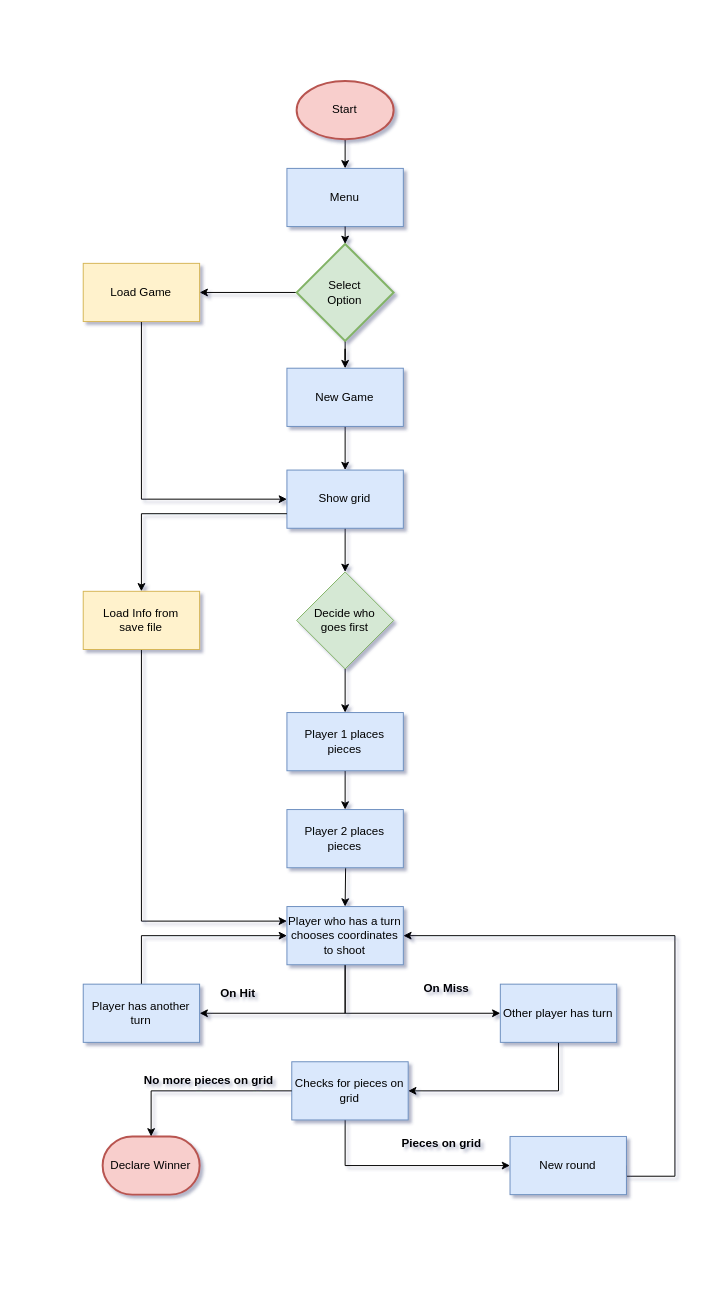
Before: ui/Flowchart/Battleship.drawio in guilhermemmeirelles/Battleship, a draw.io diagram. Source tidied: cells renumbered, new cells numbered last; positions are measured from the earlier drawing's top-left corner, leaving out a move shared by most shapes. Both pictures are drawn from the tidied source at 97%, with x=0, y=0 at pixel (82, 81).
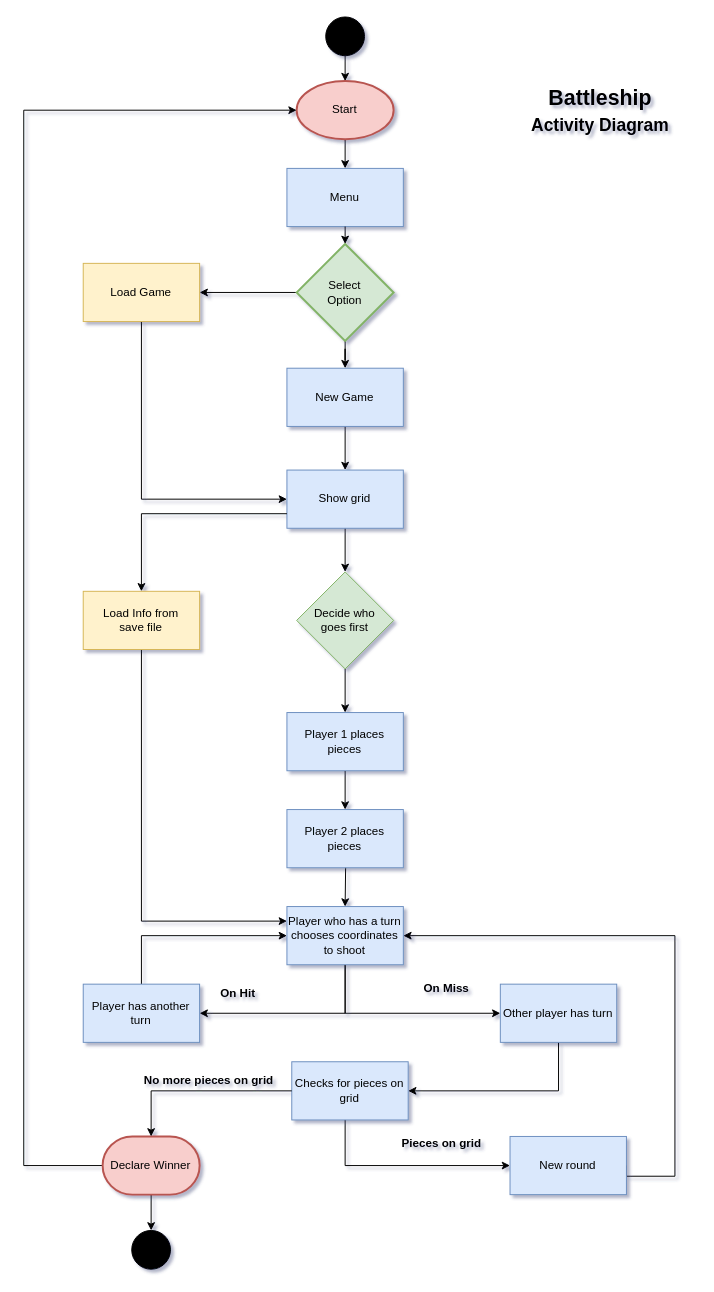
Above is the later version.

Commit message (it also covers changes not shown here):
Changed Flowchrt to comply w Activity Diagram norm

Unchanged cells that the change refers to:
```xml
<mxCell id="13" value="Start" style="strokeWidth=2;html=1;shape=mxgraph.flowchart.start_1;whiteSpace=wrap;fillColor=#f8cecc;strokeColor=#b85450;" parent="1" vertex="1">
  <mxGeometry x="220.3" y="0.1" width="100" height="60" as="geometry" />
</mxCell>
<mxCell id="39" value="Declare Winner" style="strokeWidth=2;html=1;shape=mxgraph.flowchart.terminator;whiteSpace=wrap;fillColor=#f8cecc;strokeColor=#b85450;" parent="1" vertex="1">
  <mxGeometry x="20.3" y="1088.1" width="100" height="60" as="geometry" />
</mxCell>
```

What changed in the source:
```diff
@@
+    <mxCell id="41" style="edgeStyle=orthogonalEdgeStyle;rounded=0;jettySize=auto;html=1;exitX=0.5;exitY=1;exitDx=0;exitDy=0;exitPerimeter=0;entryX=0.5;entryY=0;entryDx=0;entryDy=0;" parent="1" edge="1" source="39" target="45">
+      <mxGeometry relative="1" as="geometry" />
+    </mxCell>
+    <mxCell id="42" style="edgeStyle=orthogonalEdgeStyle;rounded=0;jettySize=auto;html=1;exitX=0;exitY=0.5;exitDx=0;exitDy=0;exitPerimeter=0;entryX=0;entryY=0.5;entryDx=0;entryDy=0;entryPerimeter=0;" parent="1" edge="1" source="39" target="13">
+      <mxGeometry relative="1" as="geometry">
+        <Array as="points">
+          <mxPoint x="-61" y="1118" />
+          <mxPoint x="-61" y="30" />
+        </Array>
+      </mxGeometry>
+    </mxCell>
@@
+    <mxCell id="43" style="edgeStyle=orthogonalEdgeStyle;rounded=0;jettySize=auto;html=1;exitX=0.5;exitY=1;exitDx=0;exitDy=0;entryX=0.5;entryY=0;entryDx=0;entryDy=0;entryPerimeter=0;" parent="1" edge="1" source="44" target="13">
+      <mxGeometry relative="1" as="geometry" />
+    </mxCell>
+    <mxCell id="44" style="ellipse;shape=doubleEllipse;whiteSpace=wrap;html=1;fillColor=#000000;" parent="1" vertex="1">
+      <mxGeometry x="250.3" y="-66" width="40" height="40" as="geometry" />
+    </mxCell>
+    <mxCell id="45" style="ellipse;shape=doubleEllipse;whiteSpace=wrap;html=1;fillColor=#000000;" parent="1" vertex="1">
+      <mxGeometry x="50.3" y="1185" width="40" height="40" as="geometry" />
+    </mxCell>
+    <mxCell id="46" value="&lt;b&gt;Battleship&lt;br&gt;&lt;font style=&quot;font-size: 18px&quot;&gt;Activity Diagram&lt;/font&gt;&lt;br&gt;&lt;/b&gt;" style="text;html=1;fillColor=none;align=center;verticalAlign=middle;whiteSpace=wrap;rounded=0;fontSize=22;shadow=0;" parent="1" vertex="1">
+      <mxGeometry x="440.3" y="0.1" width="187" height="60.9" as="geometry" />
+    </mxCell>
```
